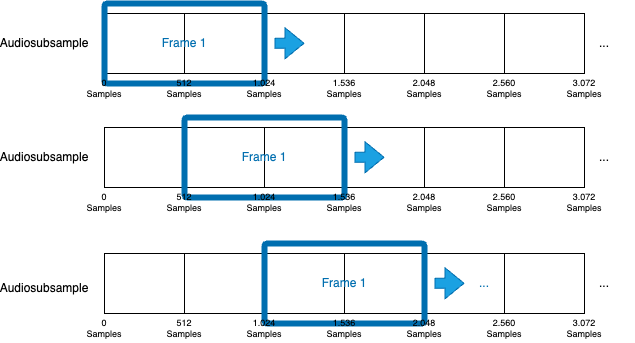
The draw.io diagram doc/tex/images/08_durchfuehrung/sliding_window.png in Shimizip/Intelligent-Magic-Audio, before a commit. Source tidied: cells renumbered, new cells last; positions are measured from the earlier drawing's top-left corner, leaving out a move shared by most shapes.
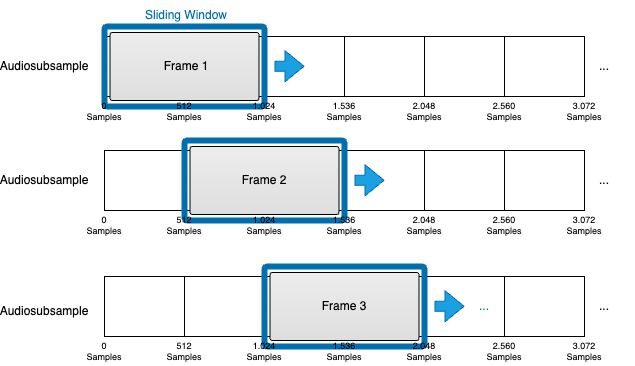
After the commit.

Commit message:
Abbildung korrigiert

Change to the diagram source:
```diff
@@ -107,13 +107,13 @@
     <mxCell id="36" style="html=1;shadow=0;dashed=0;shape=mxgraph.bootstrap.checkbox2;labelPosition=right;verticalLabelPosition=middle;align=left;verticalAlign=middle;fillColor=none;checked=0;spacing=5;checkedFill=#0085FC;checkedStroke=#ffffff;sketch=0;fontColor=#ffffff;strokeColor=#006EAF;strokeWidth=6;" parent="1" vertex="1">
       <mxGeometry x="250" y="240" width="160" height="80" as="geometry" />
     </mxCell>
-    <mxCell id="37" value="&lt;font color=&quot;#006eaf&quot;&gt;Frame 1&lt;/font&gt;" style="text;html=1;strokeColor=none;fillColor=none;align=center;verticalAlign=middle;whiteSpace=wrap;rounded=0;" parent="1" vertex="1">
-      <mxGeometry x="140" y="25" width="60" height="30" as="geometry" />
+    <mxCell id="37" value="&lt;font color=&quot;#006eaf&quot;&gt;Sliding Window&lt;/font&gt;" style="text;html=1;strokeColor=none;fillColor=none;align=center;verticalAlign=middle;whiteSpace=wrap;rounded=0;" parent="1" vertex="1">
+      <mxGeometry x="122" y="-26" width="100" height="30" as="geometry" />
     </mxCell>
-    <mxCell id="38" value="&lt;font color=&quot;#006eaf&quot;&gt;Frame 1&lt;/font&gt;" style="text;html=1;strokeColor=none;fillColor=none;align=center;verticalAlign=middle;whiteSpace=wrap;rounded=0;" parent="1" vertex="1">
+    <mxCell id="38" value="&lt;font color=&quot;#006eaf&quot;&gt;Frame 2&lt;/font&gt;" style="text;html=1;strokeColor=none;fillColor=none;align=center;verticalAlign=middle;whiteSpace=wrap;rounded=0;" parent="1" vertex="1">
       <mxGeometry x="220" y="139" width="60" height="30" as="geometry" />
     </mxCell>
-    <mxCell id="39" value="&lt;font color=&quot;#006eaf&quot;&gt;Frame 1&lt;/font&gt;" style="text;html=1;strokeColor=none;fillColor=none;align=center;verticalAlign=middle;whiteSpace=wrap;rounded=0;" parent="1" vertex="1">
+    <mxCell id="39" value="&lt;font color=&quot;#006eaf&quot;&gt;Frame 3&lt;/font&gt;" style="text;html=1;strokeColor=none;fillColor=none;align=center;verticalAlign=middle;whiteSpace=wrap;rounded=0;" parent="1" vertex="1">
       <mxGeometry x="300" y="265" width="60" height="30" as="geometry" />
     </mxCell>
     <mxCell id="40" style="shape=flexArrow;endArrow=classic;html=1;rounded=0;fillColor=#1ba1e2;strokeColor=#006EAF;" parent="1" edge="1">
@@ -185,5 +185,26 @@
     <mxCell id="56" value="2.048&lt;br style=&quot;font-size: 9px;&quot;&gt;Samples" style="text;html=1;strokeColor=none;fillColor=none;align=center;verticalAlign=middle;whiteSpace=wrap;rounded=0;fontSize=9;" parent="1" vertex="1">
       <mxGeometry x="380" y="310" width="60" height="30" as="geometry" />
     </mxCell>
+    <mxCell id="57" style="html=1;shadow=0;dashed=0;shape=mxgraph.bootstrap.checkbox2;labelPosition=right;verticalLabelPosition=middle;align=left;verticalAlign=middle;gradientColor=#DEDEDE;fillColor=#EDEDED;checked=0;spacing=5;checkedFill=#0085FC;checkedStroke=#ffffff;sketch=0;" parent="1" vertex="1">
+      <mxGeometry x="95.5" y="6" width="149" height="68" as="geometry" />
+    </mxCell>
+    <mxCell id="58" style="html=1;shadow=0;dashed=0;shape=mxgraph.bootstrap.checkbox2;labelPosition=right;verticalLabelPosition=middle;align=left;verticalAlign=middle;gradientColor=#DEDEDE;fillColor=#EDEDED;checked=0;spacing=5;checkedFill=#0085FC;checkedStroke=#ffffff;sketch=0;" parent="1" vertex="1">
+      <mxGeometry x="175.5" y="120" width="149" height="68" as="geometry" />
+    </mxCell>
+    <mxCell id="59" value="&lt;font color=&quot;#000000&quot;&gt;Frame 1&lt;/font&gt;" style="text;html=1;strokeColor=none;fillColor=none;align=center;verticalAlign=middle;whiteSpace=wrap;rounded=0;" parent="1" vertex="1">
+      <mxGeometry x="142" y="25" width="60" height="30" as="geometry" />
+    </mxCell>
+    <mxCell id="60" value="&lt;font color=&quot;#000000&quot;&gt;Frame 2&lt;/font&gt;" style="text;html=1;strokeColor=none;fillColor=none;align=center;verticalAlign=middle;whiteSpace=wrap;rounded=0;" parent="1" vertex="1">
+      <mxGeometry x="220" y="139" width="60" height="30" as="geometry" />
+    </mxCell>
+    <mxCell id="61" value="&lt;font color=&quot;#000000&quot;&gt;Frame 3&lt;/font&gt;" style="text;html=1;strokeColor=none;fillColor=none;align=center;verticalAlign=middle;whiteSpace=wrap;rounded=0;" parent="1" vertex="1">
+      <mxGeometry x="300" y="270" width="60" height="30" as="geometry" />
+    </mxCell>
+    <mxCell id="62" style="html=1;shadow=0;dashed=0;shape=mxgraph.bootstrap.checkbox2;labelPosition=right;verticalLabelPosition=middle;align=left;verticalAlign=middle;gradientColor=#DEDEDE;fillColor=#EDEDED;checked=0;spacing=5;checkedFill=#0085FC;checkedStroke=#ffffff;sketch=0;" parent="1" vertex="1">
+      <mxGeometry x="255.5" y="246" width="149" height="68" as="geometry" />
+    </mxCell>
+    <mxCell id="63" value="&lt;font color=&quot;#000000&quot;&gt;Frame 3&lt;/font&gt;" style="text;html=1;strokeColor=none;fillColor=none;align=center;verticalAlign=middle;whiteSpace=wrap;rounded=0;" parent="1" vertex="1">
+      <mxGeometry x="300" y="265" width="60" height="30" as="geometry" />
+    </mxCell>
   </root>
 </mxGraphModel>
```
